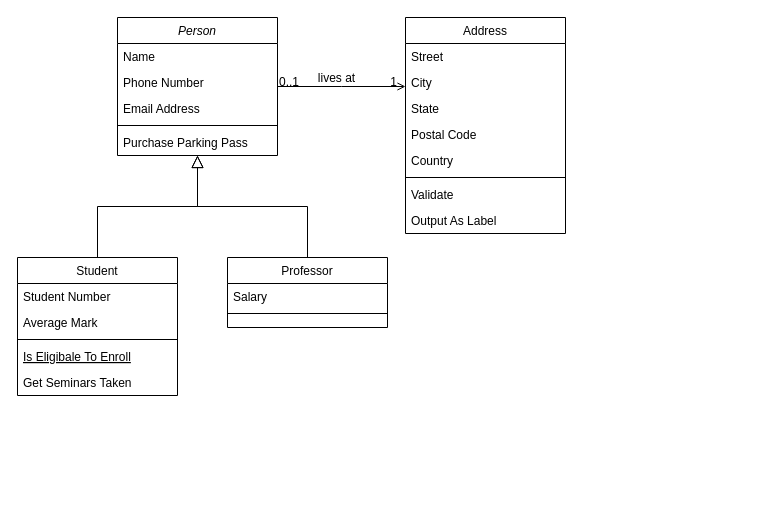
Before: InventoryManagSys.drawio in Sriharsha700/Inventory-management-System_Upgrad, a draw.io diagram. Source tidied: cells renumbered, new cells numbered last; positions are measured from the earlier drawing's top-left corner, leaving out a move shared by most shapes. Both pictures are drawn from the tidied source at 100%, with x=0, y=0 at pixel (17, 17).
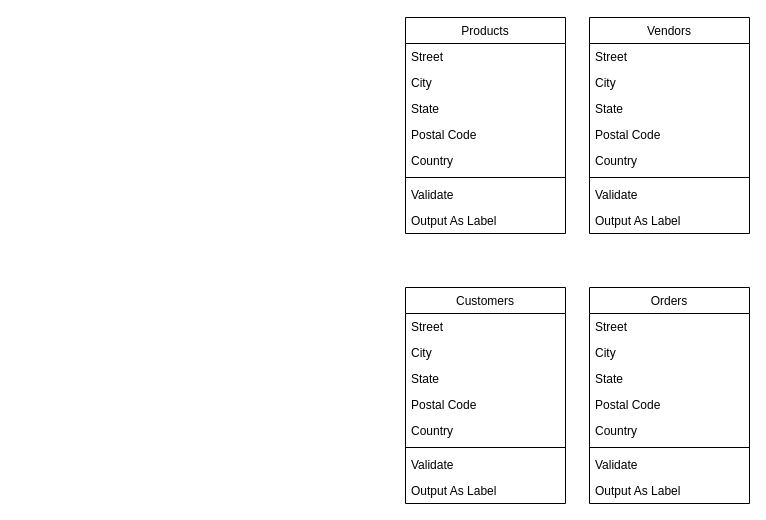
Above is the later version.

The edit, as a diff of the source:
```diff
@@
-    <mxCell id="2" value="Person" style="swimlane;fontStyle=2;align=center;verticalAlign=top;horizontal=1;startSize=26;rounded=0;shadow=0;strokeWidth=1;" parent="1" vertex="1">
-      <mxGeometry x="100" width="160" height="138" as="geometry" />
-    </mxCell>
-    <mxCell id="3" value="Name" style="text;align=left;verticalAlign=top;spacingLeft=4;spacingRight=4;overflow=hidden;" parent="2" vertex="1">
-      <mxGeometry y="26" width="160" height="26" as="geometry" />
-    </mxCell>
-    <mxCell id="4" value="Phone Number" style="text;align=left;verticalAlign=top;spacingLeft=4;spacingRight=4;overflow=hidden;rounded=0;shadow=0;html=0;" parent="2" vertex="1">
-      <mxGeometry y="52" width="160" height="26" as="geometry" />
-    </mxCell>
-    <mxCell id="5" value="Email Address" style="text;align=left;verticalAlign=top;spacingLeft=4;spacingRight=4;overflow=hidden;rounded=0;shadow=0;html=0;" parent="2" vertex="1">
-      <mxGeometry y="78" width="160" height="26" as="geometry" />
-    </mxCell>
-    <mxCell id="6" style="line;html=1;strokeWidth=1;align=left;verticalAlign=middle;spacingTop=-1;spacingLeft=3;spacingRight=3;labelPosition=right;" parent="2" vertex="1">
-      <mxGeometry y="104" width="160" height="8" as="geometry" />
-    </mxCell>
-    <mxCell id="7" value="Purchase Parking Pass" style="text;align=left;verticalAlign=top;spacingLeft=4;spacingRight=4;overflow=hidden;" parent="2" vertex="1">
-      <mxGeometry y="112" width="160" height="26" as="geometry" />
-    </mxCell>
-    <mxCell id="8" value="Student" style="swimlane;fontStyle=0;align=center;verticalAlign=top;horizontal=1;startSize=26;rounded=0;shadow=0;strokeWidth=1;" parent="1" vertex="1">
-      <mxGeometry y="240" width="160" height="138" as="geometry" />
-    </mxCell>
-    <mxCell id="9" value="Student Number" style="text;align=left;verticalAlign=top;spacingLeft=4;spacingRight=4;overflow=hidden;" parent="8" vertex="1">
-      <mxGeometry y="26" width="160" height="26" as="geometry" />
-    </mxCell>
-    <mxCell id="10" value="Average Mark" style="text;align=left;verticalAlign=top;spacingLeft=4;spacingRight=4;overflow=hidden;rounded=0;shadow=0;html=0;" parent="8" vertex="1">
-      <mxGeometry y="52" width="160" height="26" as="geometry" />
-    </mxCell>
-    <mxCell id="11" style="line;html=1;strokeWidth=1;align=left;verticalAlign=middle;spacingTop=-1;spacingLeft=3;spacingRight=3;labelPosition=right;" parent="8" vertex="1">
-      <mxGeometry y="78" width="160" height="8" as="geometry" />
-    </mxCell>
-    <mxCell id="12" value="Is Eligibale To Enroll" style="text;align=left;verticalAlign=top;spacingLeft=4;spacingRight=4;overflow=hidden;fontStyle=4;" parent="8" vertex="1">
-      <mxGeometry y="86" width="160" height="26" as="geometry" />
-    </mxCell>
-    <mxCell id="13" value="Get Seminars Taken" style="text;align=left;verticalAlign=top;spacingLeft=4;spacingRight=4;overflow=hidden;" parent="8" vertex="1">
-      <mxGeometry y="112" width="160" height="26" as="geometry" />
-    </mxCell>
-    <mxCell id="14" style="endArrow=block;endSize=10;endFill=0;shadow=0;strokeWidth=1;rounded=0;edgeStyle=elbowEdgeStyle;elbow=vertical;" parent="1" edge="1" source="8" target="2">
-      <mxGeometry relative="1" as="geometry" />
-    </mxCell>
-    <mxCell id="15" value="Professor" style="swimlane;fontStyle=0;align=center;verticalAlign=top;horizontal=1;startSize=26;rounded=0;shadow=0;strokeWidth=1;" parent="1" vertex="1">
-      <mxGeometry x="210" y="240" width="160" height="70" as="geometry" />
-    </mxCell>
-    <mxCell id="16" value="Salary" style="text;align=left;verticalAlign=top;spacingLeft=4;spacingRight=4;overflow=hidden;" parent="15" vertex="1">
-      <mxGeometry y="26" width="160" height="26" as="geometry" />
-    </mxCell>
-    <mxCell id="17" style="line;html=1;strokeWidth=1;align=left;verticalAlign=middle;spacingTop=-1;spacingLeft=3;spacingRight=3;labelPosition=right;" parent="15" vertex="1">
-      <mxGeometry y="52" width="160" height="8" as="geometry" />
-    </mxCell>
-    <mxCell id="18" style="endArrow=block;endSize=10;endFill=0;shadow=0;strokeWidth=1;rounded=0;edgeStyle=elbowEdgeStyle;elbow=vertical;" parent="1" edge="1" source="15" target="2">
-      <mxGeometry relative="1" as="geometry" />
-    </mxCell>
-    <mxCell id="19" value="Address" style="swimlane;fontStyle=0;align=center;verticalAlign=top;horizontal=1;startSize=26;rounded=0;shadow=0;strokeWidth=1;" parent="1" vertex="1">
+    <mxCell id="19" value="Products" style="swimlane;fontStyle=0;align=center;verticalAlign=top;horizontal=1;startSize=26;rounded=0;shadow=0;strokeWidth=1;" parent="1" vertex="1">
       <mxGeometry x="388" width="160" height="216" as="geometry" />
     </mxCell>
@@
-    <mxCell id="28" style="endArrow=open;shadow=0;strokeWidth=1;rounded=0;endFill=1;edgeStyle=elbowEdgeStyle;elbow=vertical;" parent="1" edge="1" source="2" target="19">
-      <mxGeometry x="0.5" y="41" relative="1" as="geometry">
-        <mxPoint x="-40" y="32" as="offset" />
-      </mxGeometry>
-    </mxCell>
-    <mxCell id="29" value="0..1" style="align=left;verticalAlign=bottom;labelBackgroundColor=none;fontSize=12;" parent="28" vertex="1">
-      <mxGeometry x="-1" relative="1" as="geometry">
-        <mxPoint y="4" as="offset" />
-      </mxGeometry>
-    </mxCell>
-    <mxCell id="30" value="1" style="align=right;verticalAlign=bottom;labelBackgroundColor=none;fontSize=12;" parent="28" vertex="1">
-      <mxGeometry x="1" relative="1" as="geometry">
-        <mxPoint x="-7" y="4" as="offset" />
-      </mxGeometry>
-    </mxCell>
-    <mxCell id="31" value="lives at" style="text;html=1;align=center;verticalAlign=middle;labelBackgroundColor=none;rounded=0;shadow=0;strokeWidth=1;fontSize=12;" parent="28" vertex="1">
-      <mxGeometry x="0.5" y="49" relative="1" as="geometry">
-        <mxPoint x="-38" y="40" as="offset" />
-      </mxGeometry>
-    </mxCell>
+    <mxCell id="32" value="Vendors" style="swimlane;fontStyle=0;align=center;verticalAlign=top;horizontal=1;startSize=26;rounded=0;shadow=0;strokeWidth=1;" parent="1" vertex="1">
+      <mxGeometry x="572" width="160" height="216" as="geometry" />
+    </mxCell>
+    <mxCell id="33" value="Street" style="text;align=left;verticalAlign=top;spacingLeft=4;spacingRight=4;overflow=hidden;" parent="32" vertex="1">
+      <mxGeometry y="26" width="160" height="26" as="geometry" />
+    </mxCell>
+    <mxCell id="34" value="City" style="text;align=left;verticalAlign=top;spacingLeft=4;spacingRight=4;overflow=hidden;rounded=0;shadow=0;html=0;" parent="32" vertex="1">
+      <mxGeometry y="52" width="160" height="26" as="geometry" />
+    </mxCell>
+    <mxCell id="35" value="State" style="text;align=left;verticalAlign=top;spacingLeft=4;spacingRight=4;overflow=hidden;rounded=0;shadow=0;html=0;" parent="32" vertex="1">
+      <mxGeometry y="78" width="160" height="26" as="geometry" />
+    </mxCell>
+    <mxCell id="36" value="Postal Code" style="text;align=left;verticalAlign=top;spacingLeft=4;spacingRight=4;overflow=hidden;rounded=0;shadow=0;html=0;" parent="32" vertex="1">
+      <mxGeometry y="104" width="160" height="26" as="geometry" />
+    </mxCell>
+    <mxCell id="37" value="Country" style="text;align=left;verticalAlign=top;spacingLeft=4;spacingRight=4;overflow=hidden;rounded=0;shadow=0;html=0;" parent="32" vertex="1">
+      <mxGeometry y="130" width="160" height="26" as="geometry" />
+    </mxCell>
+    <mxCell id="38" style="line;html=1;strokeWidth=1;align=left;verticalAlign=middle;spacingTop=-1;spacingLeft=3;spacingRight=3;labelPosition=right;" parent="32" vertex="1">
+      <mxGeometry y="156" width="160" height="8" as="geometry" />
+    </mxCell>
+    <mxCell id="39" value="Validate" style="text;align=left;verticalAlign=top;spacingLeft=4;spacingRight=4;overflow=hidden;" parent="32" vertex="1">
+      <mxGeometry y="164" width="160" height="26" as="geometry" />
+    </mxCell>
+    <mxCell id="40" value="Output As Label" style="text;align=left;verticalAlign=top;spacingLeft=4;spacingRight=4;overflow=hidden;" parent="32" vertex="1">
+      <mxGeometry y="190" width="160" height="26" as="geometry" />
+    </mxCell>
+    <mxCell id="41" value="Customers" style="swimlane;fontStyle=0;align=center;verticalAlign=top;horizontal=1;startSize=26;rounded=0;shadow=0;strokeWidth=1;" parent="1" vertex="1">
+      <mxGeometry x="388" y="270" width="160" height="216" as="geometry" />
+    </mxCell>
+    <mxCell id="42" value="Street" style="text;align=left;verticalAlign=top;spacingLeft=4;spacingRight=4;overflow=hidden;" parent="41" vertex="1">
+      <mxGeometry y="26" width="160" height="26" as="geometry" />
+    </mxCell>
+    <mxCell id="43" value="City" style="text;align=left;verticalAlign=top;spacingLeft=4;spacingRight=4;overflow=hidden;rounded=0;shadow=0;html=0;" parent="41" vertex="1">
+      <mxGeometry y="52" width="160" height="26" as="geometry" />
+    </mxCell>
+    <mxCell id="44" value="State" style="text;align=left;verticalAlign=top;spacingLeft=4;spacingRight=4;overflow=hidden;rounded=0;shadow=0;html=0;" parent="41" vertex="1">
+      <mxGeometry y="78" width="160" height="26" as="geometry" />
+    </mxCell>
+    <mxCell id="45" value="Postal Code" style="text;align=left;verticalAlign=top;spacingLeft=4;spacingRight=4;overflow=hidden;rounded=0;shadow=0;html=0;" parent="41" vertex="1">
+      <mxGeometry y="104" width="160" height="26" as="geometry" />
+    </mxCell>
+    <mxCell id="46" value="Country" style="text;align=left;verticalAlign=top;spacingLeft=4;spacingRight=4;overflow=hidden;rounded=0;shadow=0;html=0;" parent="41" vertex="1">
+      <mxGeometry y="130" width="160" height="26" as="geometry" />
+    </mxCell>
+    <mxCell id="47" style="line;html=1;strokeWidth=1;align=left;verticalAlign=middle;spacingTop=-1;spacingLeft=3;spacingRight=3;labelPosition=right;" parent="41" vertex="1">
+      <mxGeometry y="156" width="160" height="8" as="geometry" />
+    </mxCell>
+    <mxCell id="48" value="Validate" style="text;align=left;verticalAlign=top;spacingLeft=4;spacingRight=4;overflow=hidden;" parent="41" vertex="1">
+      <mxGeometry y="164" width="160" height="26" as="geometry" />
+    </mxCell>
+    <mxCell id="49" value="Output As Label" style="text;align=left;verticalAlign=top;spacingLeft=4;spacingRight=4;overflow=hidden;" parent="41" vertex="1">
+      <mxGeometry y="190" width="160" height="26" as="geometry" />
+    </mxCell>
+    <mxCell id="50" value="Orders" style="swimlane;fontStyle=0;align=center;verticalAlign=top;horizontal=1;startSize=26;rounded=0;shadow=0;strokeWidth=1;" parent="1" vertex="1">
+      <mxGeometry x="572" y="270" width="160" height="216" as="geometry" />
+    </mxCell>
+    <mxCell id="51" value="Street" style="text;align=left;verticalAlign=top;spacingLeft=4;spacingRight=4;overflow=hidden;" parent="50" vertex="1">
+      <mxGeometry y="26" width="160" height="26" as="geometry" />
+    </mxCell>
+    <mxCell id="52" value="City" style="text;align=left;verticalAlign=top;spacingLeft=4;spacingRight=4;overflow=hidden;rounded=0;shadow=0;html=0;" parent="50" vertex="1">
+      <mxGeometry y="52" width="160" height="26" as="geometry" />
+    </mxCell>
+    <mxCell id="53" value="State" style="text;align=left;verticalAlign=top;spacingLeft=4;spacingRight=4;overflow=hidden;rounded=0;shadow=0;html=0;" parent="50" vertex="1">
+      <mxGeometry y="78" width="160" height="26" as="geometry" />
+    </mxCell>
+    <mxCell id="54" value="Postal Code" style="text;align=left;verticalAlign=top;spacingLeft=4;spacingRight=4;overflow=hidden;rounded=0;shadow=0;html=0;" parent="50" vertex="1">
+      <mxGeometry y="104" width="160" height="26" as="geometry" />
+    </mxCell>
+    <mxCell id="55" value="Country" style="text;align=left;verticalAlign=top;spacingLeft=4;spacingRight=4;overflow=hidden;rounded=0;shadow=0;html=0;" parent="50" vertex="1">
+      <mxGeometry y="130" width="160" height="26" as="geometry" />
+    </mxCell>
+    <mxCell id="56" style="line;html=1;strokeWidth=1;align=left;verticalAlign=middle;spacingTop=-1;spacingLeft=3;spacingRight=3;labelPosition=right;" parent="50" vertex="1">
+      <mxGeometry y="156" width="160" height="8" as="geometry" />
+    </mxCell>
+    <mxCell id="57" value="Validate" style="text;align=left;verticalAlign=top;spacingLeft=4;spacingRight=4;overflow=hidden;" parent="50" vertex="1">
+      <mxGeometry y="164" width="160" height="26" as="geometry" />
+    </mxCell>
+    <mxCell id="58" value="Output As Label" style="text;align=left;verticalAlign=top;spacingLeft=4;spacingRight=4;overflow=hidden;" parent="50" vertex="1">
+      <mxGeometry y="190" width="160" height="26" as="geometry" />
+    </mxCell>
```
